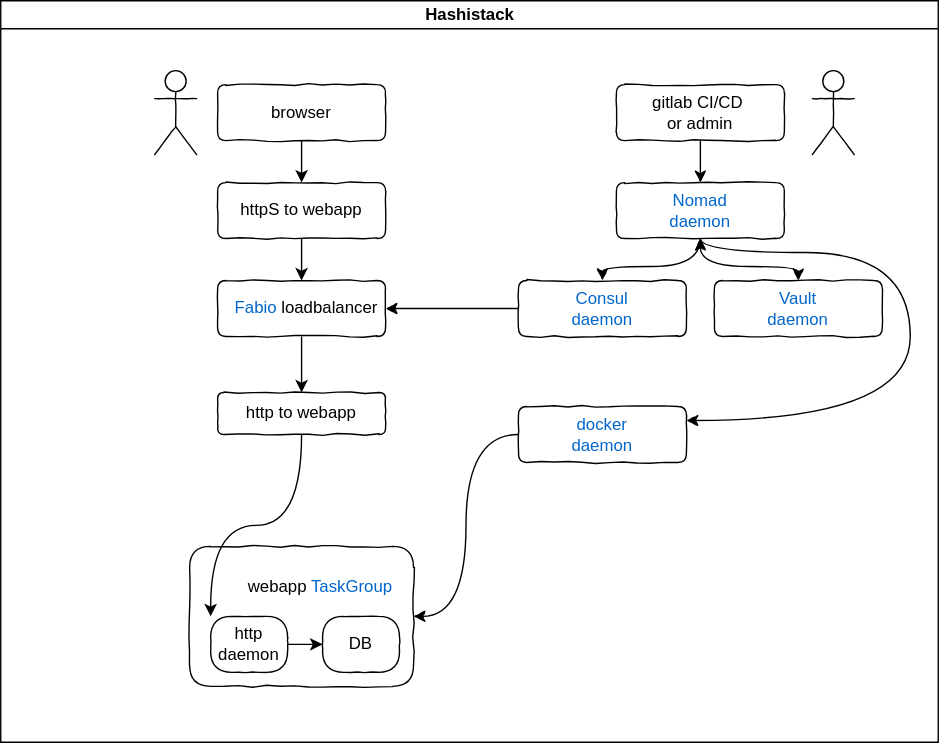
This is gitlab-commit/overview2.drawio.svg from traceypooh/slides, a draw.io export, as it was before one commit. Source tidied: cells renumbered, new cells last; positions are measured from the earlier drawing's top-left corner, leaving out a move shared by most shapes.
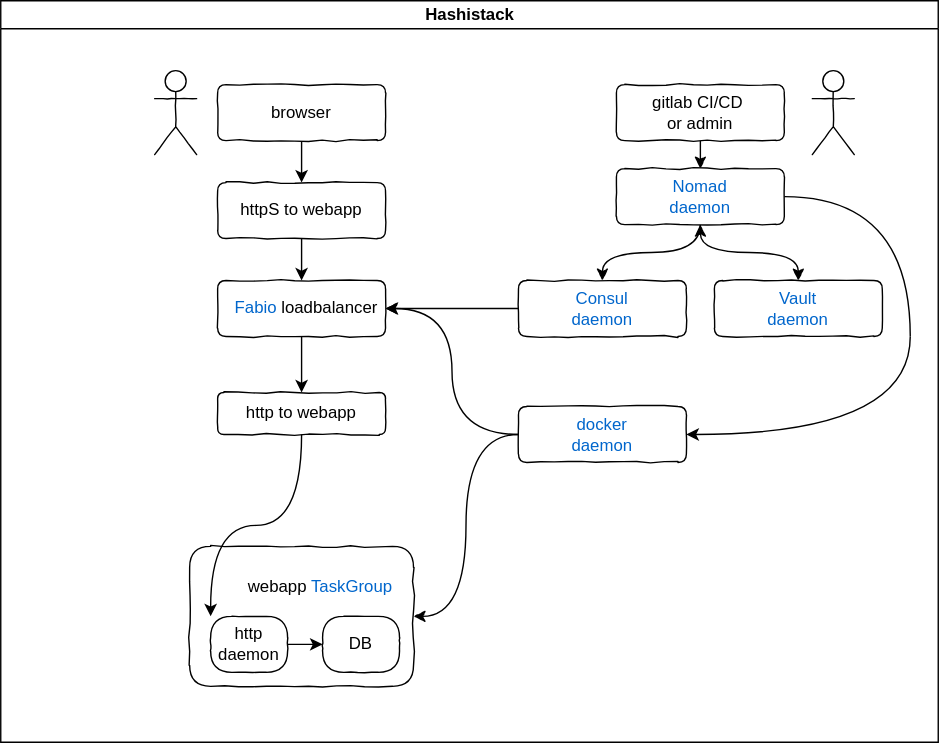
After the change.

Commit message:
sweet transition between 2-part overview imagery.  clearer overview image.  ensure client knows we are talking utf8

Diff of the diagram source:
```diff
@@ -14,6 +14,9 @@
     <mxCell id="5" style="edgeStyle=orthogonalEdgeStyle;rounded=0;jettySize=auto;html=1;entryX=0.5;entryY=0;entryDx=0;entryDy=0;" parent="2" edge="1" source="6" target="7">
       <mxGeometry relative="1" as="geometry" />
     </mxCell>
+    <mxCell id="28" style="edgeStyle=orthogonalEdgeStyle;curved=1;rounded=0;jettySize=auto;html=1;entryX=0;entryY=0.5;entryDx=0;entryDy=0;startArrow=classic;startFill=1;endArrow=none;endFill=0;" parent="2" edge="1" source="6" target="23">
+      <mxGeometry relative="1" as="geometry" />
+    </mxCell>
     <mxCell id="6" value="&lt;div&gt;&lt;font color=&quot;#0066cc&quot;&gt;Fabio&lt;/font&gt; loadbalancer&amp;nbsp;&lt;/div&gt;" style="whiteSpace=wrap;html=1;newEdgeStyle={&quot;edgeStyle&quot;:&quot;elbowEdgeStyle&quot;,&quot;startArrow&quot;:&quot;none&quot;,&quot;endArrow&quot;:&quot;none&quot;};comic=1;rounded=1;align=right;" parent="2" vertex="1">
       <mxGeometry x="155" y="200" width="120" height="40" as="geometry" />
     </mxCell>
@@ -60,7 +63,7 @@
       <mxGeometry relative="1" as="geometry" />
     </mxCell>
     <mxCell id="21" value="&lt;font color=&quot;#0066cc&quot;&gt;Nomad&lt;br&gt;daemon&lt;/font&gt;" style="whiteSpace=wrap;html=1;newEdgeStyle={&quot;edgeStyle&quot;:&quot;elbowEdgeStyle&quot;,&quot;startArrow&quot;:&quot;none&quot;,&quot;endArrow&quot;:&quot;none&quot;};comic=1;rounded=1;" parent="2" vertex="1">
-      <mxGeometry x="440" y="130" width="120" height="40" as="geometry" />
+      <mxGeometry x="440" y="120" width="120" height="40" as="geometry" />
     </mxCell>
     <mxCell id="22" style="edgeStyle=orthogonalEdgeStyle;curved=1;rounded=0;comic=1;jettySize=auto;html=1;entryX=1;entryY=0.5;entryDx=0;entryDy=0;startArrow=none;startFill=0;" parent="2" edge="1" source="23" target="8">
       <mxGeometry relative="1" as="geometry" />
@@ -77,14 +80,15 @@
     <mxCell id="26" value="&lt;font color=&quot;#0066cc&quot;&gt;Consul&lt;br&gt;daemon&lt;/font&gt;" style="whiteSpace=wrap;html=1;newEdgeStyle={&quot;edgeStyle&quot;:&quot;elbowEdgeStyle&quot;,&quot;startArrow&quot;:&quot;none&quot;,&quot;endArrow&quot;:&quot;none&quot;};comic=1;rounded=1;" parent="2" vertex="1">
       <mxGeometry x="370" y="200" width="120" height="40" as="geometry" />
     </mxCell>
-    <mxCell id="27" style="edgeStyle=orthogonalEdgeStyle;curved=1;rounded=0;comic=1;jettySize=auto;html=1;startArrow=none;startFill=0;entryX=1;entryY=0.25;entryDx=0;entryDy=0;" parent="2" edge="1" source="21" target="23">
-      <mxGeometry relative="1" as="geometry">
-        <Array as="points">
-          <mxPoint x="500" y="180" />
-          <mxPoint x="650" y="180" />
-          <mxPoint x="650" y="300" />
-        </Array>
-      </mxGeometry>
-    </mxCell>
+    <mxCell id="29" style="edgeStyle=orthogonalEdgeStyle;curved=1;rounded=0;jettySize=auto;html=1;startArrow=none;startFill=0;endArrow=none;endFill=0;" parent="1" edge="1" source="21">
+      <mxGeometry relative="1" as="geometry">
+        <mxPoint x="650" y="240" as="targetPoint" />
+      </mxGeometry>
+    </mxCell>
+    <mxCell id="30" style="edgeStyle=orthogonalEdgeStyle;curved=1;rounded=0;jettySize=auto;html=1;startArrow=classic;startFill=1;endArrow=none;endFill=0;" parent="1" edge="1" source="23">
+      <mxGeometry relative="1" as="geometry">
+        <mxPoint x="650" y="240" as="targetPoint" />
+      </mxGeometry>
+    </mxCell>
   </root>
 </mxGraphModel>
```
